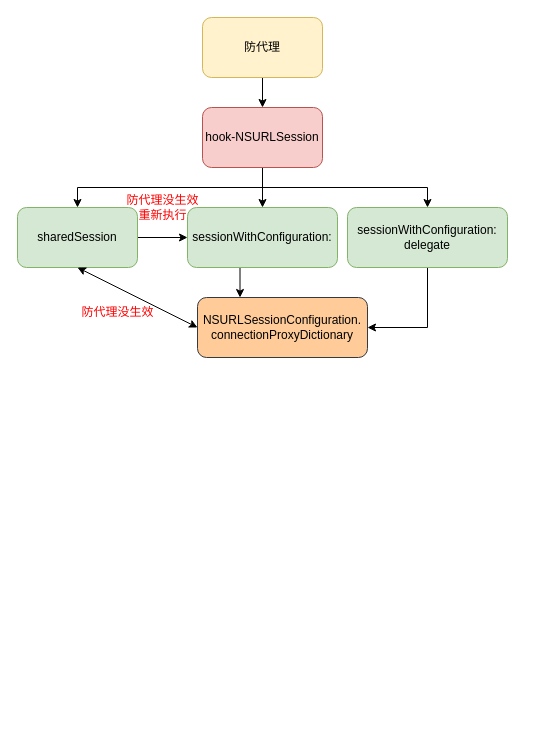
zhoubo6419/ZBTestLib keeps this draw.io diagram as 防代理.drawio. Above is the earlier version. Source tidied: cells renumbered, new cells numbered last; positions are measured from the earlier drawing's top-left corner, leaving out a move shared by most shapes. Both pictures are drawn from the tidied source at 100%, with x=0, y=0 at pixel (17, 17).
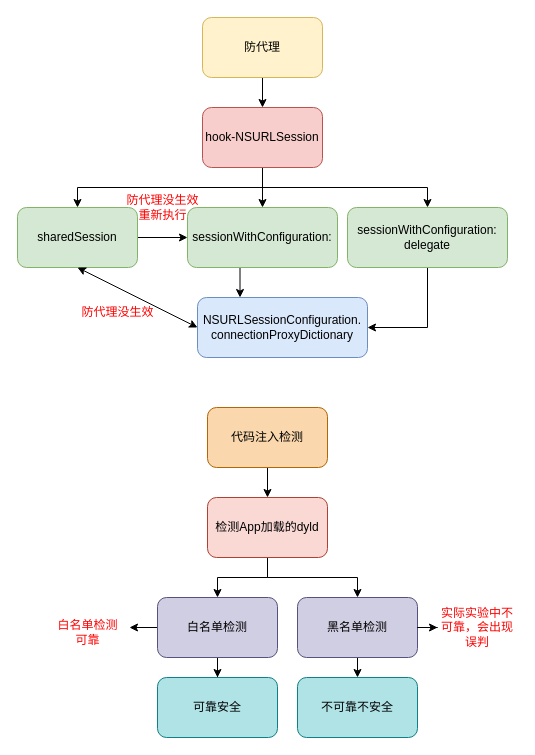
Above is the later version.

Commit message (it also covers changes not shown here):
更新防代理.drawio

The edit, as a diff of the source:
```diff
@@
-    <mxCell id="14" value="NSURLSessionConfiguration.&lt;br&gt;connectionProxyDictionary" style="rounded=1;whiteSpace=wrap;html=1;fillColor=#ffcc99;strokeColor=#36393d;" parent="1" vertex="1">
+    <mxCell id="14" value="NSURLSessionConfiguration.&lt;br&gt;connectionProxyDictionary" style="rounded=1;whiteSpace=wrap;html=1;fillColor=#dae8fc;strokeColor=#6c8ebf;" parent="1" vertex="1">
       <mxGeometry x="180" y="280" width="170" height="60" as="geometry" />
     </mxCell>
@@
+    <mxCell id="18" style="edgeStyle=orthogonalEdgeStyle;rounded=0;jettySize=auto;html=1;exitX=0.5;exitY=1;exitDx=0;exitDy=0;entryX=0.5;entryY=0;entryDx=0;entryDy=0;fontColor=#000000;" parent="1" edge="1" source="19" target="22">
+      <mxGeometry relative="1" as="geometry" />
+    </mxCell>
+    <mxCell id="19" value="&lt;font color=&quot;#000000&quot;&gt;代码注入检测&lt;/font&gt;" style="rounded=1;whiteSpace=wrap;html=1;fillColor=#fad7ac;strokeColor=#b46504;" parent="1" vertex="1">
+      <mxGeometry x="190" y="390" width="120" height="60" as="geometry" />
+    </mxCell>
+    <mxCell id="20" style="edgeStyle=orthogonalEdgeStyle;rounded=0;jettySize=auto;html=1;exitX=0.5;exitY=1;exitDx=0;exitDy=0;entryX=0.5;entryY=0;entryDx=0;entryDy=0;fontColor=#000000;" parent="1" edge="1" source="22" target="25">
+      <mxGeometry relative="1" as="geometry" />
+    </mxCell>
+    <mxCell id="21" style="edgeStyle=orthogonalEdgeStyle;rounded=0;jettySize=auto;html=1;exitX=0.5;exitY=1;exitDx=0;exitDy=0;fontColor=#000000;" parent="1" edge="1" source="22" target="27">
+      <mxGeometry relative="1" as="geometry" />
+    </mxCell>
+    <mxCell id="22" value="&lt;font color=&quot;#000000&quot;&gt;检测App加载的dyld&lt;/font&gt;" style="rounded=1;whiteSpace=wrap;html=1;fillColor=#fad9d5;strokeColor=#ae4132;" parent="1" vertex="1">
+      <mxGeometry x="190" y="480" width="120" height="60" as="geometry" />
+    </mxCell>
+    <mxCell id="23" style="edgeStyle=orthogonalEdgeStyle;rounded=0;jettySize=auto;html=1;exitX=0.5;exitY=1;exitDx=0;exitDy=0;fontColor=#000000;" parent="1" edge="1" source="25" target="28">
+      <mxGeometry relative="1" as="geometry" />
+    </mxCell>
+    <mxCell id="24" style="edgeStyle=orthogonalEdgeStyle;rounded=0;jettySize=auto;html=1;exitX=0;exitY=0.5;exitDx=0;exitDy=0;entryX=1.025;entryY=0.388;entryDx=0;entryDy=0;entryPerimeter=0;fontColor=#FF0000;" parent="1" edge="1" source="25" target="32">
+      <mxGeometry relative="1" as="geometry" />
+    </mxCell>
+    <mxCell id="25" value="&lt;font color=&quot;#000000&quot;&gt;白名单检测&lt;/font&gt;" style="rounded=1;whiteSpace=wrap;html=1;fillColor=#d0cee2;strokeColor=#56517e;" parent="1" vertex="1">
+      <mxGeometry x="140" y="580" width="120" height="60" as="geometry" />
+    </mxCell>
+    <mxCell id="26" style="edgeStyle=orthogonalEdgeStyle;rounded=0;jettySize=auto;html=1;exitX=0.5;exitY=1;exitDx=0;exitDy=0;entryX=0.5;entryY=0;entryDx=0;entryDy=0;fontColor=#000000;" parent="1" edge="1" source="27" target="29">
+      <mxGeometry relative="1" as="geometry" />
+    </mxCell>
+    <mxCell id="27" value="&lt;font color=&quot;#000000&quot;&gt;黑名单检测&lt;/font&gt;" style="rounded=1;whiteSpace=wrap;html=1;fillColor=#d0cee2;strokeColor=#56517e;" parent="1" vertex="1">
+      <mxGeometry x="280" y="580" width="120" height="60" as="geometry" />
+    </mxCell>
+    <mxCell id="28" value="&lt;font color=&quot;#000000&quot;&gt;可靠安全&lt;/font&gt;" style="rounded=1;whiteSpace=wrap;html=1;fillColor=#b0e3e6;strokeColor=#0e8088;" parent="1" vertex="1">
+      <mxGeometry x="140" y="660" width="120" height="60" as="geometry" />
+    </mxCell>
+    <mxCell id="29" value="&lt;font color=&quot;#000000&quot;&gt;不可靠不安全&lt;/font&gt;" style="rounded=1;whiteSpace=wrap;html=1;fillColor=#b0e3e6;strokeColor=#0e8088;" parent="1" vertex="1">
+      <mxGeometry x="280" y="660" width="120" height="60" as="geometry" />
+    </mxCell>
+    <mxCell id="30" value="实际实验中不可靠，会出现误判" style="text;html=1;strokeColor=none;fillColor=none;align=center;verticalAlign=middle;whiteSpace=wrap;rounded=0;fontColor=#FF0000;" parent="1" vertex="1">
+      <mxGeometry x="420" y="595" width="80" height="30" as="geometry" />
+    </mxCell>
+    <mxCell id="31" style="edgeStyle=orthogonalEdgeStyle;rounded=0;jettySize=auto;html=1;fontColor=#000000;" parent="1" edge="1" source="27" target="30">
+      <mxGeometry relative="1" as="geometry" />
+    </mxCell>
+    <mxCell id="32" value="白名单检测&lt;br&gt;可靠" style="text;html=1;align=center;verticalAlign=middle;points=[];strokeColor=none;fillColor=none;fontColor=#FF0000;" parent="1" vertex="1">
+      <mxGeometry x="30" y="595" width="80" height="40" as="geometry" />
+    </mxCell>
```
